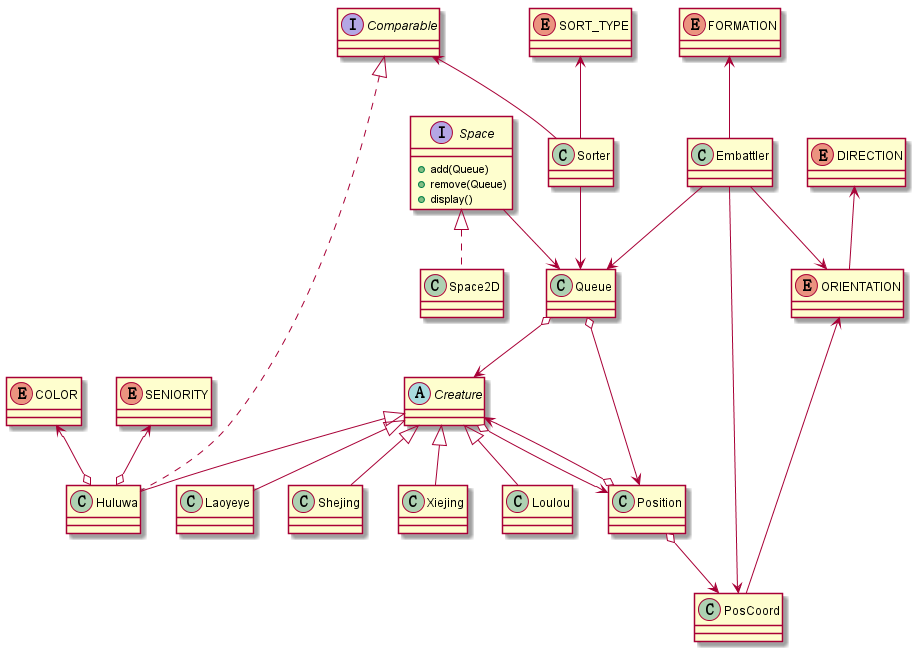
Above: 20171010/ClassView.png in luciajia320/java-2017f-homework (PlantUML), before the change.
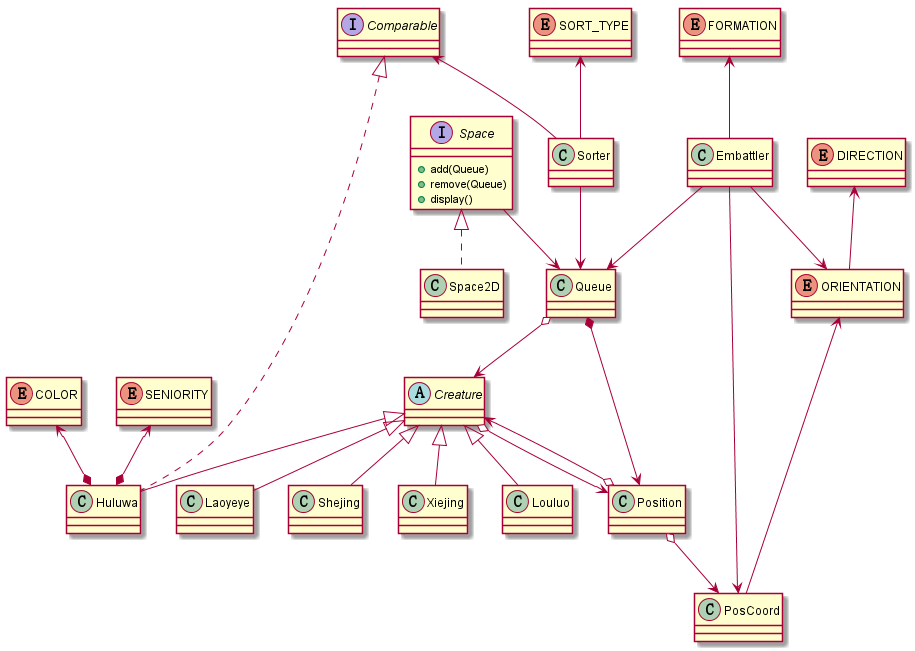
The same file after the commit.

Change to the diagram source:
```diff
@@ -11,7 +11,7 @@
 Class Laoyeye
 Class Shejing
 Class Xiejing
-Class Loulou
+Class Louluo
 Class Position
 Class PosCoord
 Class Queue
@@ -28,14 +28,14 @@
 Creature <|-- Laoyeye
 Creature <|-- Xiejing
 Creature <|-- Shejing
-Creature <|-- Loulou
+Creature <|-- Louluo
 Creature o--> Position
 Position o--> Creature
 Space <|.. Space2D
 Comparable <|.. Huluwa
 Comparable <-- Sorter
 Sorter --> Queue
-Queue o--> Position
+Queue *--> Position
 Queue o--> Creature
 Position o--> PosCoord
 Embattler --> Queue
@@ -44,8 +44,8 @@
 Space --> Queue
 
 FORMATION <-- Embattler
-COLOR <--o Huluwa
-SENIORITY <--o Huluwa
+COLOR <--* Huluwa
+SENIORITY <--* Huluwa
 SORT_TYPE <-- Sorter
 DIRECTION <-- ORIENTATION
 ORIENTATION <-- PosCoord
```
